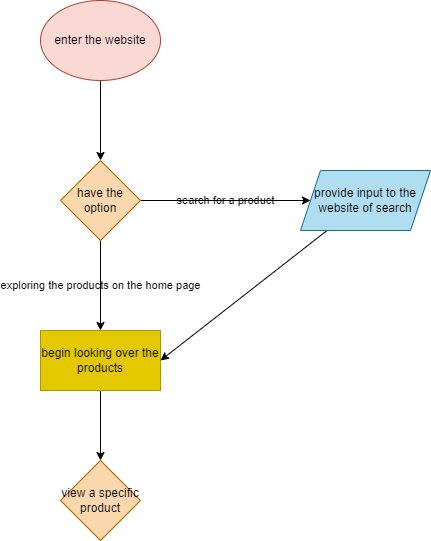
SheepTester-forks/cse110-lab-4 keeps this draw.io diagram as explore/diagramming/diagram.drawio.png. Above is the earlier version. Source tidied: cells renumbered, new cells last; positions are measured from the earlier drawing's top-left corner, leaving out a move shared by most shapes.
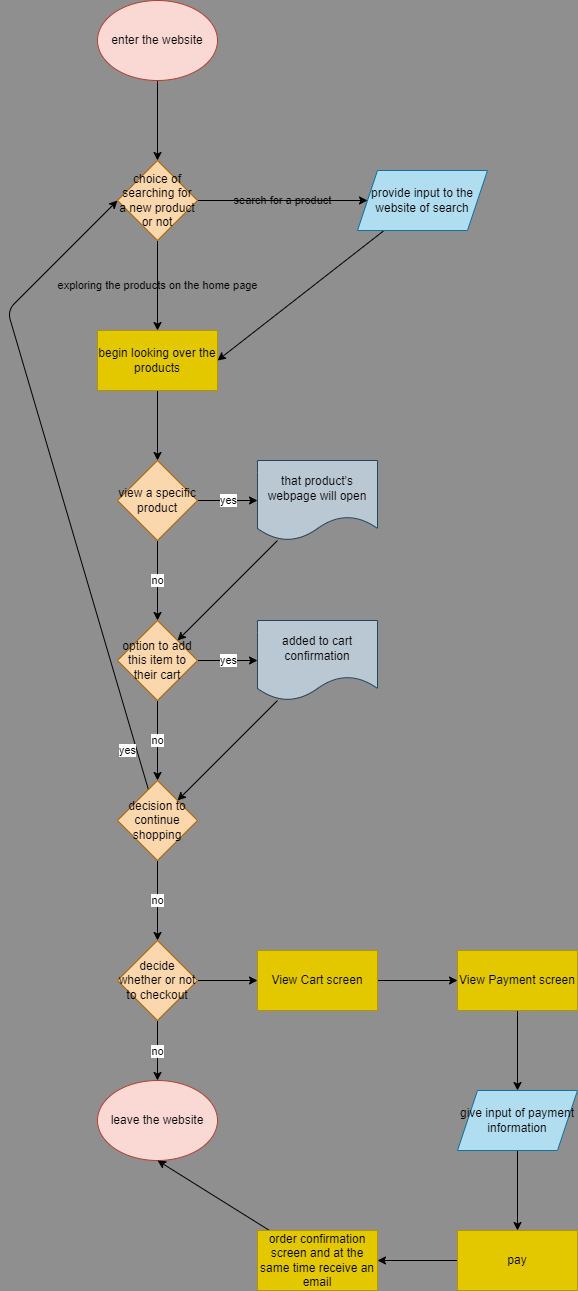
Above is the later version.

Commit message:
finish diagram

scuffed

Change to the diagram source:
```diff
@@ -1,4 +1,4 @@
-<mxGraphModel>
+<mxGraphModel background="#8F8F8F">
   <root>
     <mxCell id="0" />
     <mxCell id="1" parent="0" />
@@ -14,7 +14,7 @@
     <mxCell id="5" value="exploring the products on the home page" style="edgeStyle=none;html=1;labelBackgroundColor=none;fontColor=#000000;" parent="1" edge="1" source="6" target="10">
       <mxGeometry relative="1" as="geometry" />
     </mxCell>
-    <mxCell id="6" value="have the option" style="rhombus;whiteSpace=wrap;html=1;fillColor=#fad7ac;strokeColor=#b46504;labelBackgroundColor=none;fontColor=#000000;" parent="1" vertex="1">
+    <mxCell id="6" value="choice of searching for a new product or not" style="rhombus;whiteSpace=wrap;html=1;fillColor=#fad7ac;strokeColor=#b46504;labelBackgroundColor=none;fontColor=#000000;" parent="1" vertex="1">
       <mxGeometry x="20" y="160" width="80" height="80" as="geometry" />
     </mxCell>
     <mxCell id="7" style="edgeStyle=none;html=1;entryX=1;entryY=0.5;entryDx=0;entryDy=0;labelBackgroundColor=none;fontColor=#000000;" parent="1" edge="1" source="8" target="10">
@@ -29,8 +29,91 @@
     <mxCell id="10" value="begin looking over the products" style="whiteSpace=wrap;html=1;fillColor=#e3c800;strokeColor=#B09500;labelBackgroundColor=none;fontColor=#000000;" parent="1" vertex="1">
       <mxGeometry y="330" width="120" height="60" as="geometry" />
     </mxCell>
+    <mxCell id="12" value="yes" style="edgeStyle=none;html=1;" parent="1" edge="1" source="11" target="15">
+      <mxGeometry relative="1" as="geometry" />
+    </mxCell>
+    <mxCell id="13" value="no" style="edgeStyle=none;html=1;" parent="1" edge="1" source="11" target="18">
+      <mxGeometry relative="1" as="geometry" />
+    </mxCell>
     <mxCell id="11" value="view a specific product" style="rhombus;whiteSpace=wrap;html=1;fillColor=#fad7ac;strokeColor=#b46504;labelBackgroundColor=none;" parent="1" vertex="1">
       <mxGeometry x="20" y="460" width="80" height="80" as="geometry" />
     </mxCell>
+    <mxCell id="14" style="edgeStyle=none;html=1;" parent="1" edge="1" source="15" target="18">
+      <mxGeometry relative="1" as="geometry" />
+    </mxCell>
+    <mxCell id="15" value="that product’s webpage will open" style="shape=document;whiteSpace=wrap;html=1;boundedLbl=1;fillColor=#bac8d3;strokeColor=#23445d;labelBackgroundColor=none;" parent="1" vertex="1">
+      <mxGeometry x="160" y="460" width="120" height="80" as="geometry" />
+    </mxCell>
+    <mxCell id="16" value="yes" style="edgeStyle=none;html=1;" parent="1" edge="1" source="18" target="20">
+      <mxGeometry relative="1" as="geometry" />
+    </mxCell>
+    <mxCell id="17" value="no" style="edgeStyle=none;html=1;" parent="1" edge="1" source="18" target="23">
+      <mxGeometry relative="1" as="geometry" />
+    </mxCell>
+    <mxCell id="18" value="option to add this item to their cart" style="rhombus;whiteSpace=wrap;html=1;fillColor=#fad7ac;strokeColor=#b46504;labelBackgroundColor=none;" parent="1" vertex="1">
+      <mxGeometry x="20" y="620" width="80" height="80" as="geometry" />
+    </mxCell>
+    <mxCell id="19" style="edgeStyle=none;html=1;entryX=1;entryY=0;entryDx=0;entryDy=0;" parent="1" edge="1" source="20" target="23">
+      <mxGeometry relative="1" as="geometry" />
+    </mxCell>
+    <mxCell id="20" value="added to cart confirmation" style="shape=document;whiteSpace=wrap;html=1;boundedLbl=1;fillColor=#bac8d3;strokeColor=#23445d;labelBackgroundColor=none;" parent="1" vertex="1">
+      <mxGeometry x="160" y="620" width="120" height="80" as="geometry" />
+    </mxCell>
+    <mxCell id="21" value="no" style="edgeStyle=none;html=1;" parent="1" edge="1" source="23" target="26">
+      <mxGeometry relative="1" as="geometry" />
+    </mxCell>
+    <mxCell id="22" value="yes" style="edgeStyle=none;html=1;entryX=0;entryY=0.5;entryDx=0;entryDy=0;" parent="1" edge="1" source="23" target="6">
+      <mxGeometry x="-0.87" y="9" relative="1" as="geometry">
+        <Array as="points">
+          <mxPoint x="-90" y="310" />
+        </Array>
+        <mxPoint y="1" as="offset" />
+      </mxGeometry>
+    </mxCell>
+    <mxCell id="23" value="decision to continue shopping" style="rhombus;whiteSpace=wrap;html=1;fillColor=#fad7ac;strokeColor=#b46504;labelBackgroundColor=none;" parent="1" vertex="1">
+      <mxGeometry x="20" y="780" width="80" height="80" as="geometry" />
+    </mxCell>
+    <mxCell id="24" value="no" style="edgeStyle=none;html=1;entryX=0.5;entryY=0;entryDx=0;entryDy=0;" parent="1" edge="1" source="26" target="27">
+      <mxGeometry relative="1" as="geometry" />
+    </mxCell>
+    <mxCell id="25" style="edgeStyle=none;html=1;" parent="1" edge="1" source="26" target="29">
+      <mxGeometry relative="1" as="geometry" />
+    </mxCell>
+    <mxCell id="26" value="decide whether or not to checkout" style="rhombus;whiteSpace=wrap;html=1;fillColor=#fad7ac;strokeColor=#b46504;labelBackgroundColor=none;" parent="1" vertex="1">
+      <mxGeometry x="20" y="940" width="80" height="80" as="geometry" />
+    </mxCell>
+    <mxCell id="27" value="leave the website" style="ellipse;whiteSpace=wrap;html=1;fillColor=#fad9d5;strokeColor=#ae4132;" parent="1" vertex="1">
+      <mxGeometry y="1080" width="120" height="80" as="geometry" />
+    </mxCell>
+    <mxCell id="28" style="edgeStyle=none;html=1;" parent="1" edge="1" source="29" target="31">
+      <mxGeometry relative="1" as="geometry" />
+    </mxCell>
+    <mxCell id="29" value="View Cart screen" style="whiteSpace=wrap;html=1;fillColor=#e3c800;strokeColor=#B09500;labelBackgroundColor=none;fontColor=#000000;" parent="1" vertex="1">
+      <mxGeometry x="160" y="950" width="120" height="60" as="geometry" />
+    </mxCell>
+    <mxCell id="30" style="edgeStyle=none;html=1;" parent="1" edge="1" source="31" target="33">
+      <mxGeometry relative="1" as="geometry" />
+    </mxCell>
+    <mxCell id="31" value="View Payment screen" style="whiteSpace=wrap;html=1;fillColor=#e3c800;strokeColor=#B09500;fontColor=#000000;labelBackgroundColor=none;" parent="1" vertex="1">
+      <mxGeometry x="360" y="950" width="120" height="60" as="geometry" />
+    </mxCell>
+    <mxCell id="32" style="edgeStyle=none;html=1;" parent="1" edge="1" source="33" target="35">
+      <mxGeometry relative="1" as="geometry" />
+    </mxCell>
+    <mxCell id="33" value="give input of payment information" style="shape=parallelogram;perimeter=parallelogramPerimeter;whiteSpace=wrap;html=1;fixedSize=1;fillColor=#b1ddf0;strokeColor=#10739e;labelBackgroundColor=none;" parent="1" vertex="1">
+      <mxGeometry x="360" y="1090" width="120" height="60" as="geometry" />
+    </mxCell>
+    <mxCell id="34" style="edgeStyle=none;html=1;" parent="1" edge="1" source="35" target="37">
+      <mxGeometry relative="1" as="geometry" />
+    </mxCell>
+    <mxCell id="35" value="pay" style="whiteSpace=wrap;html=1;fillColor=#e3c800;strokeColor=#B09500;labelBackgroundColor=none;fontColor=#000000;" parent="1" vertex="1">
+      <mxGeometry x="360" y="1230" width="120" height="60" as="geometry" />
+    </mxCell>
+    <mxCell id="36" style="edgeStyle=none;html=1;entryX=0.5;entryY=1;entryDx=0;entryDy=0;" parent="1" edge="1" source="37" target="27">
+      <mxGeometry relative="1" as="geometry" />
+    </mxCell>
+    <mxCell id="37" value="order confirmation screen and at the same time receive an email" style="whiteSpace=wrap;html=1;fillColor=#e3c800;strokeColor=#B09500;fontColor=#000000;labelBackgroundColor=none;" parent="1" vertex="1">
+      <mxGeometry x="160" y="1230" width="120" height="60" as="geometry" />
+    </mxCell>
   </root>
 </mxGraphModel>
```
